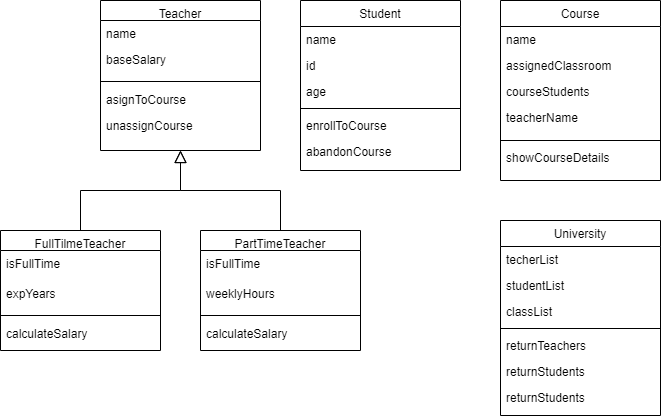
ChristianMartinezTech/UniversityGlobant keeps this draw.io diagram as UniversityUML.png. Above is the earlier version. Source tidied: cells renumbered, new cells last; positions are measured from the earlier drawing's top-left corner, leaving out a move shared by most shapes.
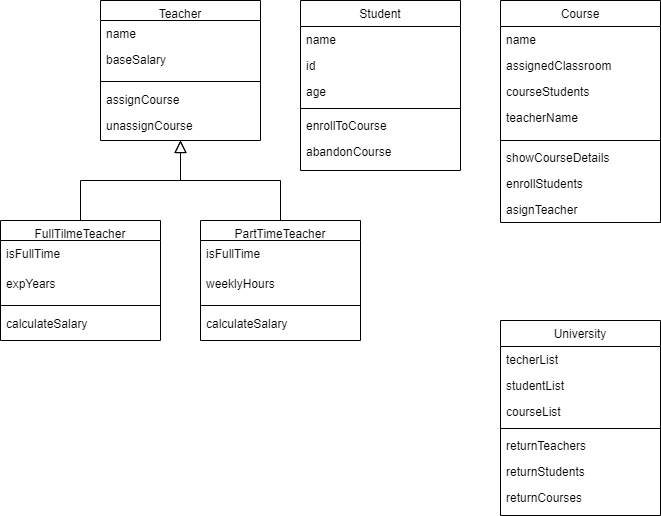
After the change.

Change to the diagram source:
```diff
@@ -3,7 +3,7 @@
     <mxCell id="0" />
     <mxCell id="1" parent="0" />
     <mxCell id="2" value="Teacher" style="swimlane;fontStyle=0;align=center;verticalAlign=top;horizontal=1;startSize=20;rounded=0;shadow=0;strokeWidth=1;" parent="1" vertex="1">
-      <mxGeometry x="100" width="160" height="150" as="geometry" />
+      <mxGeometry x="100" width="160" height="140" as="geometry" />
     </mxCell>
     <mxCell id="3" value="name" style="text;align=left;verticalAlign=top;spacingLeft=4;spacingRight=4;overflow=hidden;" parent="2" vertex="1">
       <mxGeometry y="20" width="160" height="26" as="geometry" />
@@ -14,12 +14,12 @@
     <mxCell id="5" style="line;html=1;strokeWidth=1;align=left;verticalAlign=middle;spacingTop=-1;spacingLeft=3;spacingRight=3;labelPosition=right;" parent="2" vertex="1">
       <mxGeometry y="76" width="160" height="10" as="geometry" />
     </mxCell>
-    <mxCell id="6" value="asignToCourse" style="text;align=left;verticalAlign=top;spacingLeft=4;spacingRight=4;overflow=hidden;" parent="2" vertex="1">
-      <mxGeometry y="86" width="160" height="26" as="geometry" />
-    </mxCell>
-    <mxCell id="7" value="unassignCourse" style="text;align=left;verticalAlign=top;spacingLeft=4;spacingRight=4;overflow=hidden;" parent="2" vertex="1">
-      <mxGeometry y="112" width="160" height="26" as="geometry" />
+    <mxCell id="7" value="assignCourse" style="text;align=left;verticalAlign=top;spacingLeft=4;spacingRight=4;overflow=hidden;" parent="2" vertex="1">
+      <mxGeometry y="86" width="160" height="26" as="geometry" />
     </mxCell>
+    <mxCell id="42" value="unassignCourse" style="text;align=left;verticalAlign=top;spacingLeft=4;spacingRight=4;overflow=hidden;" parent="2" vertex="1">
+      <mxGeometry y="112" width="160" height="26" as="geometry" />
+    </mxCell>
     <mxCell id="8" value="Student" style="swimlane;fontStyle=0;align=center;verticalAlign=top;horizontal=1;startSize=26;rounded=0;shadow=0;strokeWidth=1;" parent="1" vertex="1">
       <mxGeometry x="300" width="160" height="170" as="geometry" />
     </mxCell>
@@ -42,7 +42,7 @@
       <mxGeometry y="138" width="160" height="32" as="geometry" />
     </mxCell>
     <mxCell id="15" value="University" style="swimlane;fontStyle=0;align=center;verticalAlign=top;horizontal=1;startSize=26;rounded=0;shadow=0;strokeWidth=1;" parent="1" vertex="1">
-      <mxGeometry x="500" y="220" width="160" height="195" as="geometry" />
+      <mxGeometry x="500" y="320" width="160" height="195" as="geometry" />
     </mxCell>
     <mxCell id="16" value="techerList" style="text;align=left;verticalAlign=top;spacingLeft=4;spacingRight=4;overflow=hidden;" parent="15" vertex="1">
       <mxGeometry y="26" width="160" height="26" as="geometry" />
@@ -50,7 +50,7 @@
     <mxCell id="17" value="studentList" style="text;align=left;verticalAlign=top;spacingLeft=4;spacingRight=4;overflow=hidden;rounded=0;shadow=0;html=0;" parent="15" vertex="1">
       <mxGeometry y="52" width="160" height="26" as="geometry" />
     </mxCell>
-    <mxCell id="18" value="classList" style="text;align=left;verticalAlign=top;spacingLeft=4;spacingRight=4;overflow=hidden;rounded=0;shadow=0;html=0;" parent="15" vertex="1">
+    <mxCell id="18" value="courseList" style="text;align=left;verticalAlign=top;spacingLeft=4;spacingRight=4;overflow=hidden;rounded=0;shadow=0;html=0;" parent="15" vertex="1">
       <mxGeometry y="78" width="160" height="26" as="geometry" />
     </mxCell>
     <mxCell id="19" style="line;html=1;strokeWidth=1;align=left;verticalAlign=middle;spacingTop=-1;spacingLeft=3;spacingRight=3;labelPosition=right;" parent="15" vertex="1">
@@ -62,11 +62,11 @@
     <mxCell id="21" value="returnStudents" style="text;align=left;verticalAlign=top;spacingLeft=4;spacingRight=4;overflow=hidden;rounded=0;shadow=0;html=0;" parent="15" vertex="1">
       <mxGeometry y="138" width="160" height="26" as="geometry" />
     </mxCell>
-    <mxCell id="22" value="returnStudents" style="text;align=left;verticalAlign=top;spacingLeft=4;spacingRight=4;overflow=hidden;rounded=0;shadow=0;html=0;" parent="15" vertex="1">
+    <mxCell id="22" value="returnCourses" style="text;align=left;verticalAlign=top;spacingLeft=4;spacingRight=4;overflow=hidden;rounded=0;shadow=0;html=0;" parent="15" vertex="1">
       <mxGeometry y="164" width="160" height="26" as="geometry" />
     </mxCell>
     <mxCell id="23" value="Course" style="swimlane;fontStyle=0;align=center;verticalAlign=top;horizontal=1;startSize=26;rounded=0;shadow=0;strokeWidth=1;" parent="1" vertex="1">
-      <mxGeometry x="500" width="160" height="180" as="geometry" />
+      <mxGeometry x="500" width="160" height="222" as="geometry" />
     </mxCell>
     <mxCell id="24" value="name" style="text;align=left;verticalAlign=top;spacingLeft=4;spacingRight=4;overflow=hidden;" parent="23" vertex="1">
       <mxGeometry y="26" width="160" height="26" as="geometry" />
@@ -86,8 +86,14 @@
     <mxCell id="29" value="showCourseDetails" style="text;align=left;verticalAlign=top;spacingLeft=4;spacingRight=4;overflow=hidden;" parent="23" vertex="1">
       <mxGeometry y="144" width="160" height="26" as="geometry" />
     </mxCell>
+    <mxCell id="43" value="enrollStudents" style="text;align=left;verticalAlign=top;spacingLeft=4;spacingRight=4;overflow=hidden;" parent="23" vertex="1">
+      <mxGeometry y="170" width="160" height="26" as="geometry" />
+    </mxCell>
+    <mxCell id="6" value="asignTeacher" style="text;align=left;verticalAlign=top;spacingLeft=4;spacingRight=4;overflow=hidden;" parent="23" vertex="1">
+      <mxGeometry y="196" width="160" height="26" as="geometry" />
+    </mxCell>
     <mxCell id="30" value="FullTilmeTeacher" style="swimlane;fontStyle=0;align=center;verticalAlign=top;horizontal=1;startSize=20;rounded=0;shadow=0;strokeWidth=1;" parent="1" vertex="1">
-      <mxGeometry y="230" width="160" height="120" as="geometry" />
+      <mxGeometry y="220" width="160" height="120" as="geometry" />
     </mxCell>
     <mxCell id="31" value="isFullTime" style="text;align=left;verticalAlign=top;spacingLeft=4;spacingRight=4;overflow=hidden;" parent="30" vertex="1">
       <mxGeometry y="20" width="160" height="30" as="geometry" />
@@ -102,7 +108,7 @@
       <mxGeometry y="90" width="160" height="30" as="geometry" />
     </mxCell>
     <mxCell id="35" value="PartTimeTeacher" style="swimlane;fontStyle=0;align=center;verticalAlign=top;horizontal=1;startSize=20;rounded=0;shadow=0;strokeWidth=1;" parent="1" vertex="1">
-      <mxGeometry x="200" y="230" width="160" height="120" as="geometry" />
+      <mxGeometry x="200" y="220" width="160" height="120" as="geometry" />
     </mxCell>
     <mxCell id="36" value="isFullTime" style="text;align=left;verticalAlign=top;spacingLeft=4;spacingRight=4;overflow=hidden;" parent="35" vertex="1">
       <mxGeometry y="20" width="160" height="30" as="geometry" />
@@ -118,14 +124,14 @@
     </mxCell>
     <mxCell id="40" style="endArrow=block;endSize=10;endFill=0;shadow=0;strokeWidth=1;rounded=0;edgeStyle=elbowEdgeStyle;elbow=vertical;" parent="1" edge="1">
       <mxGeometry relative="1" as="geometry">
-        <mxPoint x="280" y="230" as="sourcePoint" />
-        <mxPoint x="180" y="150" as="targetPoint" />
+        <mxPoint x="280" y="220" as="sourcePoint" />
+        <mxPoint x="180" y="140" as="targetPoint" />
       </mxGeometry>
     </mxCell>
     <mxCell id="41" style="endArrow=block;endSize=10;endFill=0;shadow=0;strokeWidth=1;rounded=0;edgeStyle=elbowEdgeStyle;elbow=vertical;" parent="1" edge="1">
       <mxGeometry relative="1" as="geometry">
-        <mxPoint x="80" y="230" as="sourcePoint" />
-        <mxPoint x="180" y="150" as="targetPoint" />
+        <mxPoint x="80" y="220" as="sourcePoint" />
+        <mxPoint x="180" y="140" as="targetPoint" />
       </mxGeometry>
     </mxCell>
   </root>
```
